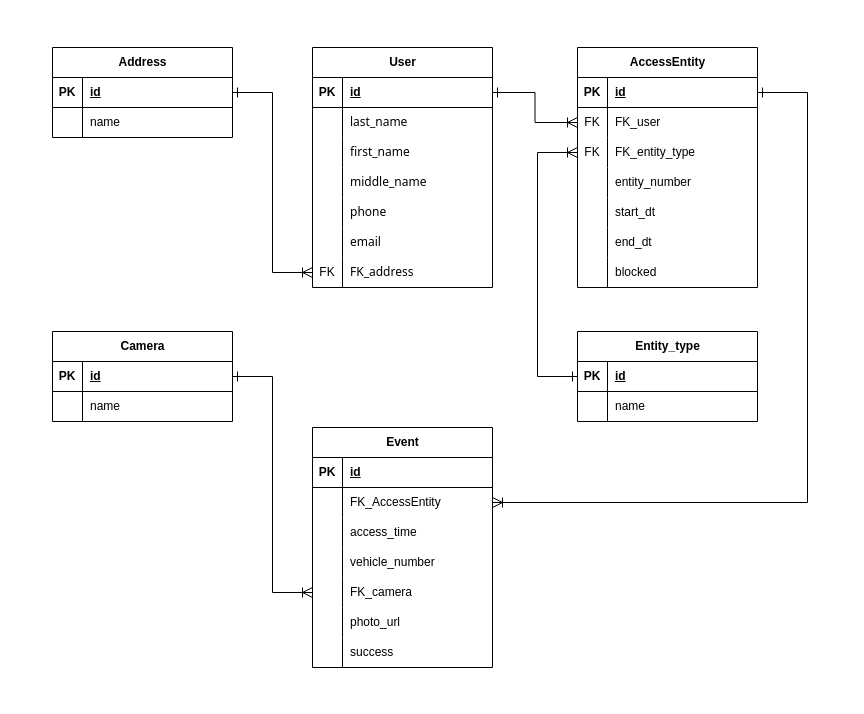
Above: erd.drawio in Schukinsky/Smart-gate-db (draw.io), before the change. Source tidied: cells renumbered, new cells numbered last; positions are measured from the earlier drawing's top-left corner, leaving out a move shared by most shapes. Both pictures are drawn from the tidied source at 100%, with x=0, y=0 at pixel (17, 17).
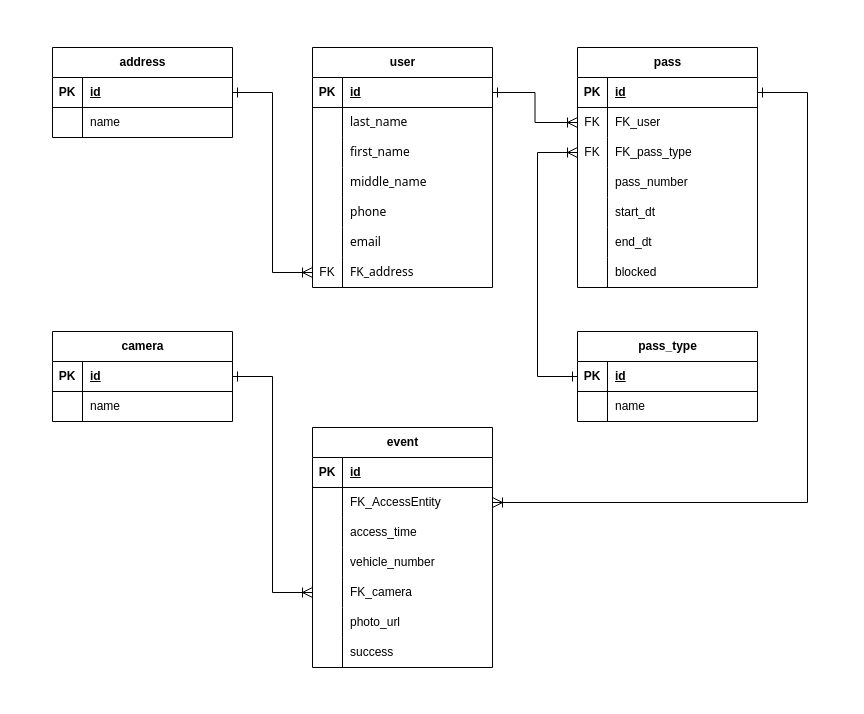
After the change.

The change refers to these unchanged cells:
```xml
<mxCell id="32" style="shape=tableRow;horizontal=0;startSize=0;swimlaneHead=0;swimlaneBody=0;fillColor=none;points=[[0,0.5],[1,0.5]];portConstraint=eastwest;top=0;left=0;right=0;bottom=0;labelBackgroundColor=none;fontColor=default;labelBorderColor=none;" parent="25" vertex="1">
  <mxGeometry y="90" width="180" height="30" as="geometry" />
</mxCell>
<mxCell id="35" style="shape=tableRow;horizontal=0;startSize=0;swimlaneHead=0;swimlaneBody=0;fillColor=none;top=0;left=0;right=0;bottom=0;labelBackgroundColor=none;fontColor=default;labelBorderColor=none;" parent="25" vertex="1">
  <mxGeometry y="120" width="180" height="30" as="geometry" />
</mxCell>
```

Diff of the diagram source:
```diff
@@
-    <mxCell id="3" value="User" style="shape=table;startSize=30;childLayout=tableLayout;rowLines=0;fontStyle=1;align=center;html=1;labelBackgroundColor=none;fontColor=default;labelBorderColor=none;" parent="1" vertex="1">
+    <mxCell id="3" value="user" style="shape=table;startSize=30;childLayout=tableLayout;rowLines=0;fontStyle=1;align=center;html=1;labelBackgroundColor=none;fontColor=default;labelBorderColor=none;" parent="1" vertex="1">
       <mxGeometry x="295" y="30" width="180" height="240" as="geometry" />
     </mxCell>
@@
-    <mxCell id="25" value="&lt;span style=&quot;border: 0px solid rgb(227, 227, 227); box-sizing: border-box; --tw-border-spacing-x: 0; --tw-border-spacing-y: 0; --tw-translate-x: 0; --tw-translate-y: 0; --tw-rotate: 0; --tw-skew-x: 0; --tw-skew-y: 0; --tw-scale-x: 1; --tw-scale-y: 1; --tw-pan-x: ; --tw-pan-y: ; --tw-pinch-zoom: ; --tw-scroll-snap-strictness: proximity; --tw-gradient-from-position: ; --tw-gradient-via-position: ; --tw-gradient-to-position: ; --tw-ordinal: ; --tw-slashed-zero: ; --tw-numeric-figure: ; --tw-numeric-spacing: ; --tw-numeric-fraction: ; --tw-ring-inset: ; --tw-ring-offset-width: 0px; --tw-ring-offset-color: #fff; --tw-ring-color: rgba(69,89,164,.5); --tw-ring-offset-shadow: 0 0 transparent; --tw-ring-shadow: 0 0 transparent; --tw-shadow: 0 0 transparent; --tw-shadow-colored: 0 0 transparent; --tw-blur: ; --tw-brightness: ; --tw-contrast: ; --tw-grayscale: ; --tw-hue-rotate: ; --tw-invert: ; --tw-saturate: ; --tw-sepia: ; --tw-drop-shadow: ; --tw-backdrop-blur: ; --tw-backdrop-brightness: ; --tw-backdrop-contrast: ; --tw-backdrop-grayscale: ; --tw-backdrop-hue-rotate: ; --tw-backdrop-invert: ; --tw-backdrop-opacity: ; --tw-backdrop-saturate: ; --tw-backdrop-sepia: ; --tw-contain-size: ; --tw-contain-layout: ; --tw-contain-paint: ; --tw-contain-style: ; text-align: left; white-space: pre-wrap;&quot;&gt;&lt;font face=&quot;Helvetica&quot; style=&quot;font-size: 12px;&quot;&gt;AccessEntity&lt;/font&gt;&lt;/span&gt;" style="shape=table;startSize=30;childLayout=tableLayout;rowLines=0;fontStyle=1;align=center;html=1;labelBackgroundColor=none;fontColor=default;labelBorderColor=none;" parent="1" vertex="1">
+    <mxCell id="25" value="&lt;div style=&quot;text-align: left;&quot;&gt;&lt;span style=&quot;background-color: initial; white-space: pre-wrap;&quot;&gt;pass&lt;/span&gt;&lt;/div&gt;" style="shape=table;startSize=30;childLayout=tableLayout;rowLines=0;fontStyle=1;align=center;html=1;labelBackgroundColor=none;fontColor=default;labelBorderColor=none;" parent="1" vertex="1">
       <mxGeometry x="560" y="30" width="180" height="240" as="geometry" />
     </mxCell>
@@
-    <mxCell id="34" value="&lt;span style=&quot;white-space-collapse: preserve;&quot;&gt;&lt;font style=&quot;font-size: 12px;&quot;&gt;FK_entity_type&lt;/font&gt;&lt;/span&gt;" style="shape=partialRectangle;fillColor=none;top=0;left=0;bottom=0;right=0;align=left;spacingLeft=6;overflow=hidden;whiteSpace=wrap;html=1;labelBackgroundColor=none;fontColor=default;labelBorderColor=none;" parent="32" vertex="1">
+    <mxCell id="34" value="&lt;span style=&quot;white-space-collapse: preserve;&quot;&gt;&lt;font style=&quot;font-size: 12px;&quot;&gt;FK_pass_type&lt;/font&gt;&lt;/span&gt;" style="shape=partialRectangle;fillColor=none;top=0;left=0;bottom=0;right=0;align=left;spacingLeft=6;overflow=hidden;whiteSpace=wrap;html=1;labelBackgroundColor=none;fontColor=default;labelBorderColor=none;" parent="32" vertex="1">
       <mxGeometry x="30" width="150" height="30" as="geometry" />
     </mxCell>
@@
-    <mxCell id="37" value="&lt;span style=&quot;white-space-collapse: preserve;&quot;&gt;&lt;font face=&quot;Helvetica&quot; style=&quot;font-size: 12px;&quot;&gt;entity_number&lt;/font&gt;&lt;/span&gt;" style="shape=partialRectangle;fillColor=none;top=0;left=0;bottom=0;right=0;align=left;spacingLeft=6;overflow=hidden;whiteSpace=wrap;html=1;labelBackgroundColor=none;fontColor=default;labelBorderColor=none;" parent="35" vertex="1">
+    <mxCell id="37" value="&lt;span style=&quot;white-space-collapse: preserve;&quot;&gt;&lt;font face=&quot;Helvetica&quot; style=&quot;font-size: 12px;&quot;&gt;pass_number&lt;/font&gt;&lt;/span&gt;" style="shape=partialRectangle;fillColor=none;top=0;left=0;bottom=0;right=0;align=left;spacingLeft=6;overflow=hidden;whiteSpace=wrap;html=1;labelBackgroundColor=none;fontColor=default;labelBorderColor=none;" parent="35" vertex="1">
       <mxGeometry x="30" width="150" height="30" as="geometry" />
     </mxCell>
@@
-    <mxCell id="47" value="Address" style="shape=table;startSize=30;childLayout=tableLayout;rowLines=0;fontStyle=1;align=center;html=1;labelBackgroundColor=none;fontColor=default;labelBorderColor=none;" parent="1" vertex="1">
+    <mxCell id="47" value="address" style="shape=table;startSize=30;childLayout=tableLayout;rowLines=0;fontStyle=1;align=center;html=1;labelBackgroundColor=none;fontColor=default;labelBorderColor=none;" parent="1" vertex="1">
       <mxGeometry x="35" y="30" width="180" height="90" as="geometry" />
     </mxCell>
@@
-    <mxCell id="54" value="Event" style="shape=table;startSize=30;childLayout=tableLayout;rowLines=0;fontStyle=1;align=center;html=1;labelBackgroundColor=none;fontColor=default;labelBorderColor=none;" parent="1" vertex="1">
+    <mxCell id="54" value="event" style="shape=table;startSize=30;childLayout=tableLayout;rowLines=0;fontStyle=1;align=center;html=1;labelBackgroundColor=none;fontColor=default;labelBorderColor=none;" parent="1" vertex="1">
       <mxGeometry x="295" y="410" width="180" height="240" as="geometry" />
     </mxCell>
@@
-    <mxCell id="76" value="&lt;span style=&quot;text-align: left; text-wrap: wrap;&quot;&gt;Camera&lt;/span&gt;" style="shape=table;startSize=30;childLayout=tableLayout;rowLines=0;fontStyle=1;align=center;html=1;labelBackgroundColor=none;fontColor=default;labelBorderColor=none;" parent="1" vertex="1">
+    <mxCell id="76" value="&lt;span style=&quot;text-align: left; text-wrap: wrap;&quot;&gt;camera&lt;/span&gt;" style="shape=table;startSize=30;childLayout=tableLayout;rowLines=0;fontStyle=1;align=center;html=1;labelBackgroundColor=none;fontColor=default;labelBorderColor=none;" parent="1" vertex="1">
       <mxGeometry x="35" y="314" width="180" height="90" as="geometry" />
     </mxCell>
@@
-    <mxCell id="83" value="&lt;span style=&quot;text-align: left; white-space: pre-wrap;&quot;&gt;Entity_type&lt;/span&gt;" style="shape=table;startSize=30;childLayout=tableLayout;rowLines=0;fontStyle=1;align=center;html=1;labelBackgroundColor=none;fontColor=default;labelBorderColor=none;" parent="1" vertex="1">
+    <mxCell id="83" value="&lt;span style=&quot;text-align: left; white-space: pre-wrap;&quot;&gt;pass_type&lt;/span&gt;" style="shape=table;startSize=30;childLayout=tableLayout;rowLines=0;fontStyle=1;align=center;html=1;labelBackgroundColor=none;fontColor=default;labelBorderColor=none;" parent="1" vertex="1">
       <mxGeometry x="560" y="314" width="180" height="90" as="geometry" />
     </mxCell>
```
